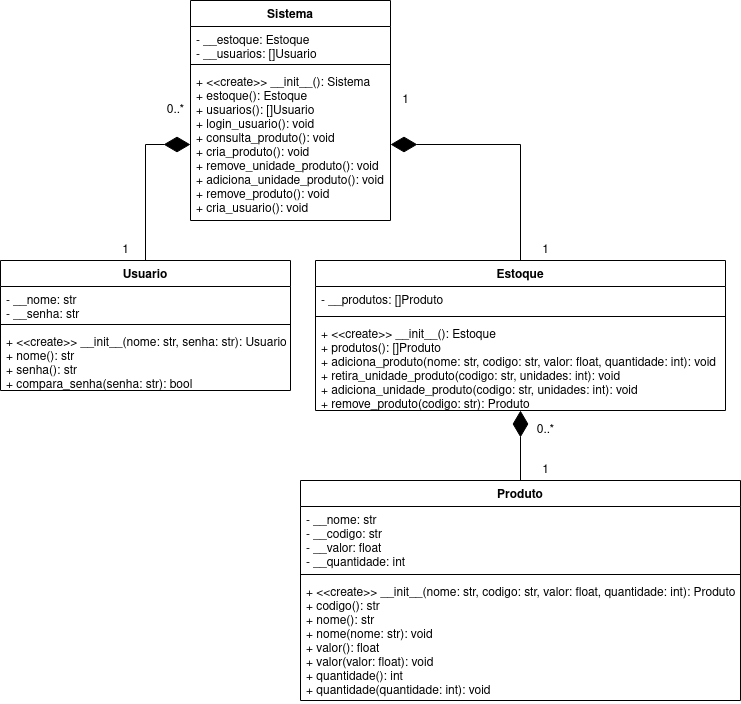
The draw.io diagram UML.png in GianOrtiz/ine5404-exemplo-mvc, before a commit. Source tidied: cells renumbered, new cells last; positions are measured from the earlier drawing's top-left corner, leaving out a move shared by most shapes.
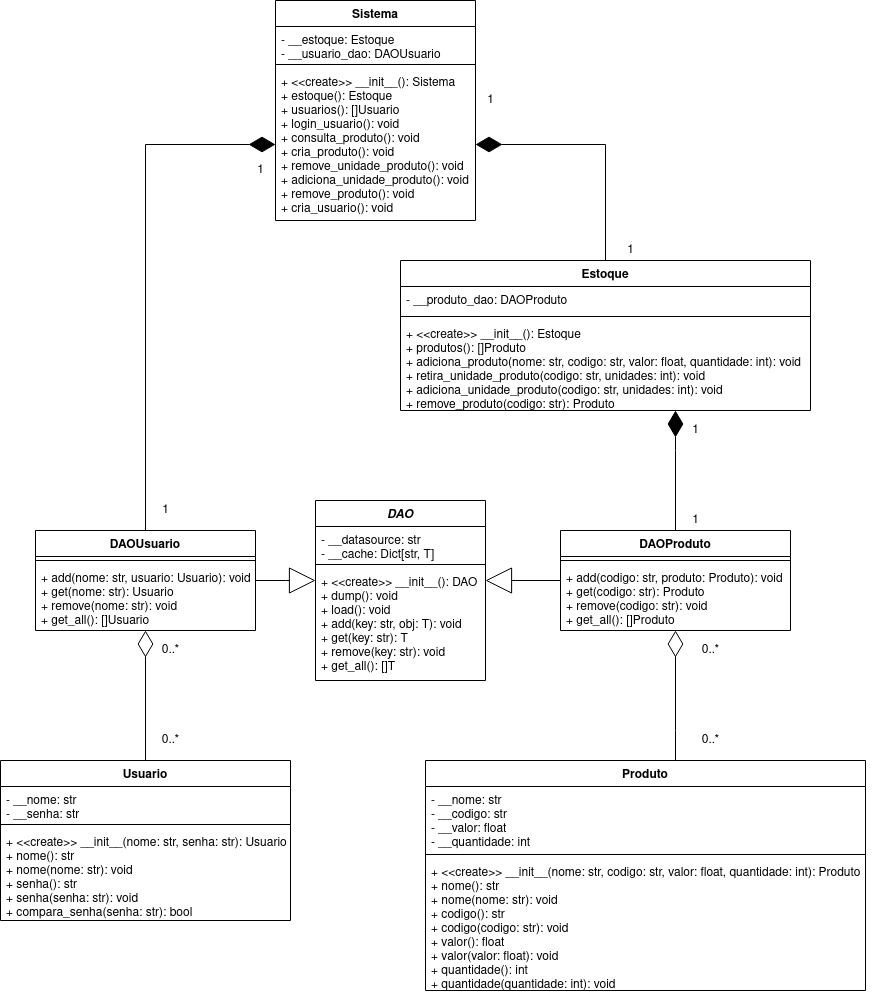
The same file after the commit.

Diff of the diagram source:
```diff
@@ -8,7 +8,7 @@
     <mxCell id="3" value="Estoque" style="swimlane;fontStyle=1;align=center;verticalAlign=top;horizontal=1;startSize=26;" parent="1" vertex="1">
       <mxGeometry x="315" y="260" width="410" height="150" as="geometry" />
     </mxCell>
-    <mxCell id="4" value="- __produtos: []Produto" style="text;strokeColor=none;fillColor=none;align=left;verticalAlign=top;spacingLeft=4;spacingRight=4;overflow=hidden;" parent="3" vertex="1">
+    <mxCell id="4" value="- __produto_dao: DAOProduto" style="text;strokeColor=none;fillColor=none;align=left;verticalAlign=top;spacingLeft=4;spacingRight=4;overflow=hidden;" parent="3" vertex="1">
       <mxGeometry y="26" width="410" height="26" as="geometry" />
     </mxCell>
     <mxCell id="5" style="line;strokeWidth=1;fillColor=none;align=left;verticalAlign=middle;spacingTop=-1;spacingLeft=3;spacingRight=3;labelPosition=right;" parent="3" vertex="1">
@@ -17,40 +17,10 @@
     <mxCell id="6" value="+ &lt;&lt;create&gt;&gt; __init__(): Estoque&#10;+ produtos(): []Produto&#10;+ adiciona_produto(nome: str, codigo: str, valor: float, quantidade: int): void&#10;+ retira_unidade_produto(codigo: str, unidades: int): void&#10;+ adiciona_unidade_produto(codigo: str, unidades: int): void&#10;+ remove_produto(codigo: str): Produto&#10;&#10;" style="text;strokeColor=none;fillColor=none;align=left;verticalAlign=top;spacingLeft=4;spacingRight=4;overflow=hidden;" parent="3" vertex="1">
       <mxGeometry y="60" width="410" height="90" as="geometry" />
     </mxCell>
-    <mxCell id="7" style="edgeStyle=orthogonalEdgeStyle;rounded=0;jettySize=auto;html=1;entryX=0.5;entryY=1;entryDx=0;entryDy=0;endArrow=diamondThin;endFill=1;endSize=24;" parent="1" edge="1" source="8" target="3">
-      <mxGeometry relative="1" as="geometry" />
-    </mxCell>
-    <mxCell id="8" value="Produto" style="swimlane;fontStyle=1;align=center;verticalAlign=top;horizontal=1;startSize=26;" parent="1" vertex="1">
-      <mxGeometry x="300" y="480" width="440" height="220" as="geometry" />
-    </mxCell>
-    <mxCell id="9" value="- __nome: str&#10;- __codigo: str&#10;- __valor: float&#10;- __quantidade: int&#10;" style="text;strokeColor=none;fillColor=none;align=left;verticalAlign=top;spacingLeft=4;spacingRight=4;overflow=hidden;" parent="8" vertex="1">
-      <mxGeometry y="26" width="440" height="64" as="geometry" />
-    </mxCell>
-    <mxCell id="10" style="line;strokeWidth=1;fillColor=none;align=left;verticalAlign=middle;spacingTop=-1;spacingLeft=3;spacingRight=3;labelPosition=right;" parent="8" vertex="1">
-      <mxGeometry y="90" width="440" height="8" as="geometry" />
-    </mxCell>
-    <mxCell id="11" value="+ &lt;&lt;create&gt;&gt; __init__(nome: str, codigo: str, valor: float, quantidade: int): Produto&#10;+ codigo(): str&#10;+ nome(): str&#10;+ nome(nome: str): void&#10;+ valor(): float&#10;+ valor(valor: float): void&#10;+ quantidade(): int&#10;+ quantidade(quantidade: int): void&#10;" style="text;strokeColor=none;fillColor=none;align=left;verticalAlign=top;spacingLeft=4;spacingRight=4;overflow=hidden;" parent="8" vertex="1">
-      <mxGeometry y="98" width="440" height="122" as="geometry" />
-    </mxCell>
-    <mxCell id="12" style="edgeStyle=orthogonalEdgeStyle;rounded=0;jettySize=auto;html=1;entryX=0;entryY=0.5;entryDx=0;entryDy=0;endArrow=diamondThin;endFill=1;endSize=24;" parent="1" edge="1" source="13" target="20">
-      <mxGeometry relative="1" as="geometry" />
-    </mxCell>
-    <mxCell id="13" value="Usuario" style="swimlane;fontStyle=1;align=center;verticalAlign=top;horizontal=1;startSize=26;" parent="1" vertex="1">
-      <mxGeometry y="260" width="290" height="130" as="geometry" />
-    </mxCell>
-    <mxCell id="14" value="- __nome: str&#10;- __senha: str&#10;" style="text;strokeColor=none;fillColor=none;align=left;verticalAlign=top;spacingLeft=4;spacingRight=4;overflow=hidden;" parent="13" vertex="1">
-      <mxGeometry y="26" width="290" height="34" as="geometry" />
-    </mxCell>
-    <mxCell id="15" style="line;strokeWidth=1;fillColor=none;align=left;verticalAlign=middle;spacingTop=-1;spacingLeft=3;spacingRight=3;labelPosition=right;" parent="13" vertex="1">
-      <mxGeometry y="60" width="290" height="8" as="geometry" />
-    </mxCell>
-    <mxCell id="16" value="+ &lt;&lt;create&gt;&gt; __init__(nome: str, senha: str): Usuario&#10;+ nome(): str&#10;+ senha(): str&#10;+ compara_senha(senha: str): bool&#10;" style="text;strokeColor=none;fillColor=none;align=left;verticalAlign=top;spacingLeft=4;spacingRight=4;overflow=hidden;" parent="13" vertex="1">
-      <mxGeometry y="68" width="290" height="62" as="geometry" />
-    </mxCell>
     <mxCell id="17" value="Sistema" style="swimlane;fontStyle=1;align=center;verticalAlign=top;horizontal=1;startSize=26;" parent="1" vertex="1">
       <mxGeometry x="190" width="200" height="220" as="geometry" />
     </mxCell>
-    <mxCell id="18" value="- __estoque: Estoque&#10;- __usuarios: []Usuario" style="text;strokeColor=none;fillColor=none;align=left;verticalAlign=top;spacingLeft=4;spacingRight=4;overflow=hidden;" parent="17" vertex="1">
+    <mxCell id="18" value="- __estoque: Estoque&#10;- __usuario_dao: DAOUsuario" style="text;strokeColor=none;fillColor=none;align=left;verticalAlign=top;spacingLeft=4;spacingRight=4;overflow=hidden;" parent="17" vertex="1">
       <mxGeometry y="26" width="200" height="34" as="geometry" />
     </mxCell>
     <mxCell id="19" style="line;strokeWidth=1;fillColor=none;align=left;verticalAlign=middle;spacingTop=-1;spacingLeft=3;spacingRight=3;labelPosition=right;" parent="17" vertex="1">
@@ -65,17 +35,125 @@
     <mxCell id="22" value="1" style="text;html=1;align=center;verticalAlign=middle;strokeColor=none;" parent="1" vertex="1">
       <mxGeometry x="535" y="240" width="20" height="20" as="geometry" />
     </mxCell>
-    <mxCell id="23" value="0..*" style="text;html=1;align=center;verticalAlign=middle;strokeColor=none;" parent="1" vertex="1">
-      <mxGeometry x="160" y="100" width="30" height="20" as="geometry" />
-    </mxCell>
-    <mxCell id="24" value="1" style="text;html=1;align=center;verticalAlign=middle;strokeColor=none;" parent="1" vertex="1">
-      <mxGeometry x="115" y="240" width="20" height="20" as="geometry" />
-    </mxCell>
-    <mxCell id="25" value="0..*" style="text;html=1;align=center;verticalAlign=middle;strokeColor=none;" parent="1" vertex="1">
-      <mxGeometry x="530" y="420" width="30" height="20" as="geometry" />
-    </mxCell>
-    <mxCell id="26" value="1" style="text;html=1;align=center;verticalAlign=middle;strokeColor=none;" parent="1" vertex="1">
-      <mxGeometry x="535" y="460" width="20" height="20" as="geometry" />
-    </mxCell>
+    <mxCell id="27" value="DAO" style="swimlane;fontStyle=3;align=center;verticalAlign=top;horizontal=1;startSize=26;" parent="1" vertex="1">
+      <mxGeometry x="230" y="500" width="170" height="180" as="geometry" />
+    </mxCell>
+    <mxCell id="28" value="- __datasource: str&#10;- __cache: Dict[str, T]" style="text;strokeColor=none;fillColor=none;align=left;verticalAlign=top;spacingLeft=4;spacingRight=4;overflow=hidden;" parent="27" vertex="1">
+      <mxGeometry y="26" width="170" height="34" as="geometry" />
+    </mxCell>
+    <mxCell id="29" style="line;strokeWidth=1;fillColor=none;align=left;verticalAlign=middle;spacingTop=-1;spacingLeft=3;spacingRight=3;labelPosition=right;" parent="27" vertex="1">
+      <mxGeometry y="60" width="170" height="8" as="geometry" />
+    </mxCell>
+    <mxCell id="30" value="+ &lt;&lt;create&gt;&gt; __init__(): DAO&#10;+ dump(): void&#10;+ load(): void&#10;+ add(key: str, obj: T): void&#10;+ get(key: str): T&#10;+ remove(key: str): void&#10;+ get_all(): []T" style="text;strokeColor=none;fillColor=none;align=left;verticalAlign=top;spacingLeft=4;spacingRight=4;overflow=hidden;points=[[0,0.5],[1,0.5]];portConstraint=eastwest;" parent="27" vertex="1">
+      <mxGeometry y="68" width="170" height="112" as="geometry" />
+    </mxCell>
+    <mxCell id="31" style="edgeStyle=orthogonalEdgeStyle;rounded=0;jettySize=auto;html=1;endArrow=diamondThin;endFill=1;endSize=24;" parent="1" edge="1" source="33" target="20">
+      <mxGeometry relative="1" as="geometry" />
+    </mxCell>
+    <mxCell id="32" style="edgeStyle=orthogonalEdgeStyle;rounded=0;jettySize=auto;html=1;endArrow=block;endFill=0;endSize=24;" parent="1" edge="1" source="33" target="27">
+      <mxGeometry relative="1" as="geometry">
+        <Array as="points">
+          <mxPoint x="200" y="580" />
+          <mxPoint x="200" y="580" />
+        </Array>
+      </mxGeometry>
+    </mxCell>
+    <mxCell id="33" value="DAOUsuario" style="swimlane;fontStyle=1;align=center;verticalAlign=top;horizontal=1;startSize=26;" parent="1" vertex="1">
+      <mxGeometry x="-50" y="530" width="220" height="100" as="geometry" />
+    </mxCell>
+    <mxCell id="34" style="line;strokeWidth=1;fillColor=none;align=left;verticalAlign=middle;spacingTop=-1;spacingLeft=3;spacingRight=3;labelPosition=right;" parent="33" vertex="1">
+      <mxGeometry y="26" width="220" height="8" as="geometry" />
+    </mxCell>
+    <mxCell id="35" value="+ add(nome: str, usuario: Usuario): void&#10;+ get(nome: str): Usuario&#10;+ remove(nome: str): void&#10;+ get_all(): []Usuario&#10;" style="text;strokeColor=none;fillColor=none;align=left;verticalAlign=top;spacingLeft=4;spacingRight=4;overflow=hidden;" parent="33" vertex="1">
+      <mxGeometry y="34" width="220" height="66" as="geometry" />
+    </mxCell>
+    <mxCell id="36" style="edgeStyle=orthogonalEdgeStyle;rounded=0;jettySize=auto;html=1;endArrow=diamondThin;endFill=1;endSize=24;" parent="1" edge="1" source="38">
+      <mxGeometry relative="1" as="geometry">
+        <mxPoint x="590" y="410" as="targetPoint" />
+        <Array as="points">
+          <mxPoint x="590" y="450" />
+          <mxPoint x="590" y="450" />
+        </Array>
+      </mxGeometry>
+    </mxCell>
+    <mxCell id="37" style="edgeStyle=orthogonalEdgeStyle;rounded=0;jettySize=auto;html=1;endArrow=block;endFill=0;endSize=24;" parent="1" edge="1" source="38" target="30">
+      <mxGeometry relative="1" as="geometry">
+        <Array as="points">
+          <mxPoint x="430" y="580" />
+          <mxPoint x="430" y="580" />
+        </Array>
+      </mxGeometry>
+    </mxCell>
+    <mxCell id="38" value="DAOProduto" style="swimlane;fontStyle=1;align=center;verticalAlign=top;horizontal=1;startSize=26;" parent="1" vertex="1">
+      <mxGeometry x="475" y="530" width="230" height="100" as="geometry" />
+    </mxCell>
+    <mxCell id="39" style="line;strokeWidth=1;fillColor=none;align=left;verticalAlign=middle;spacingTop=-1;spacingLeft=3;spacingRight=3;labelPosition=right;" parent="38" vertex="1">
+      <mxGeometry y="26" width="230" height="8" as="geometry" />
+    </mxCell>
+    <mxCell id="40" value="+ add(codigo: str, produto: Produto): void&#10;+ get(codigo: str): Produto&#10;+ remove(codigo: str): void&#10;+ get_all(): []Produto&#10;" style="text;strokeColor=none;fillColor=none;align=left;verticalAlign=top;spacingLeft=4;spacingRight=4;overflow=hidden;" parent="38" vertex="1">
+      <mxGeometry y="34" width="230" height="66" as="geometry" />
+    </mxCell>
+    <mxCell id="41" style="edgeStyle=orthogonalEdgeStyle;rounded=0;jettySize=auto;html=1;endArrow=diamondThin;endFill=0;endSize=24;" parent="1" edge="1" source="13" target="33">
+      <mxGeometry relative="1" as="geometry" />
+    </mxCell>
+    <mxCell id="13" value="Usuario" style="swimlane;fontStyle=1;align=center;verticalAlign=top;horizontal=1;startSize=26;" parent="1" vertex="1">
+      <mxGeometry x="-85" y="760" width="290" height="160" as="geometry" />
+    </mxCell>
+    <mxCell id="14" value="- __nome: str&#10;- __senha: str" style="text;strokeColor=none;fillColor=none;align=left;verticalAlign=top;spacingLeft=4;spacingRight=4;overflow=hidden;" parent="13" vertex="1">
+      <mxGeometry y="26" width="290" height="34" as="geometry" />
+    </mxCell>
+    <mxCell id="15" style="line;strokeWidth=1;fillColor=none;align=left;verticalAlign=middle;spacingTop=-1;spacingLeft=3;spacingRight=3;labelPosition=right;" parent="13" vertex="1">
+      <mxGeometry y="60" width="290" height="8" as="geometry" />
+    </mxCell>
+    <mxCell id="42" value="+ &lt;&lt;create&gt;&gt; __init__(nome: str, senha: str): Usuario&#10;+ nome(): str&#10;+ nome(nome: str): void&#10;+ senha(): str&#10;+ senha(senha: str): void&#10;+ compara_senha(senha: str): bool&#10;" style="text;strokeColor=none;fillColor=none;align=left;verticalAlign=top;spacingLeft=4;spacingRight=4;overflow=hidden;" parent="13" vertex="1">
+      <mxGeometry y="68" width="290" height="92" as="geometry" />
+    </mxCell>
+    <mxCell id="43" style="edgeStyle=orthogonalEdgeStyle;rounded=0;jettySize=auto;html=1;endArrow=diamondThin;endFill=0;endSize=24;" parent="1" edge="1" source="8" target="38">
+      <mxGeometry relative="1" as="geometry">
+        <Array as="points">
+          <mxPoint x="590" y="730" />
+          <mxPoint x="590" y="730" />
+        </Array>
+      </mxGeometry>
+    </mxCell>
+    <mxCell id="8" value="Produto" style="swimlane;fontStyle=1;align=center;verticalAlign=top;horizontal=1;startSize=26;" parent="1" vertex="1">
+      <mxGeometry x="340" y="760" width="440" height="230" as="geometry" />
+    </mxCell>
+    <mxCell id="9" value="- __nome: str&#10;- __codigo: str&#10;- __valor: float&#10;- __quantidade: int" style="text;strokeColor=none;fillColor=none;align=left;verticalAlign=top;spacingLeft=4;spacingRight=4;overflow=hidden;" parent="8" vertex="1">
+      <mxGeometry y="26" width="440" height="64" as="geometry" />
+    </mxCell>
+    <mxCell id="10" style="line;strokeWidth=1;fillColor=none;align=left;verticalAlign=middle;spacingTop=-1;spacingLeft=3;spacingRight=3;labelPosition=right;" parent="8" vertex="1">
+      <mxGeometry y="90" width="440" height="8" as="geometry" />
+    </mxCell>
+    <mxCell id="44" value="+ &lt;&lt;create&gt;&gt; __init__(nome: str, codigo: str, valor: float, quantidade: int): Produto&#10;+ nome(): str&#10;+ nome(nome: str): void&#10;+ codigo(): str&#10;+ codigo(codigo: str): void&#10;+ valor(): float&#10;+ valor(valor: float): void&#10;+ quantidade(): int&#10;+ quantidade(quantidade: int): void" style="text;strokeColor=none;fillColor=none;align=left;verticalAlign=top;spacingLeft=4;spacingRight=4;overflow=hidden;points=[[0,0.5],[1,0.5]];portConstraint=eastwest;" parent="8" vertex="1">
+      <mxGeometry y="98" width="440" height="132" as="geometry" />
+    </mxCell>
+    <mxCell id="45" style="edgeStyle=orthogonalEdgeStyle;rounded=0;orthogonalLoop=1;jettySize=auto;html=1;exitX=1;exitY=0.5;exitDx=0;exitDy=0;" parent="8" edge="1" source="44" target="44">
+      <mxGeometry relative="1" as="geometry" />
+    </mxCell>
+    <mxCell id="46" value="1" style="text;html=1;align=center;verticalAlign=middle;strokeColor=none;" parent="1" vertex="1">
+      <mxGeometry x="600" y="420" width="20" height="20" as="geometry" />
+    </mxCell>
+    <mxCell id="47" value="1" style="text;html=1;align=center;verticalAlign=middle;strokeColor=none;" parent="1" vertex="1">
+      <mxGeometry x="600" y="510" width="20" height="20" as="geometry" />
+    </mxCell>
+    <mxCell id="48" value="0..*" style="text;html=1;align=center;verticalAlign=middle;strokeColor=none;" parent="1" vertex="1">
+      <mxGeometry x="610" y="640" width="30" height="20" as="geometry" />
+    </mxCell>
+    <mxCell id="49" value="0..*" style="text;html=1;align=center;verticalAlign=middle;strokeColor=none;" parent="1" vertex="1">
+      <mxGeometry x="610" y="730" width="30" height="20" as="geometry" />
+    </mxCell>
+    <mxCell id="50" value="0..*" style="text;html=1;align=center;verticalAlign=middle;strokeColor=none;" parent="1" vertex="1">
+      <mxGeometry x="70" y="640" width="30" height="20" as="geometry" />
+    </mxCell>
+    <mxCell id="51" value="0..*" style="text;html=1;align=center;verticalAlign=middle;strokeColor=none;" parent="1" vertex="1">
+      <mxGeometry x="70" y="730" width="30" height="20" as="geometry" />
+    </mxCell>
+    <mxCell id="52" value="1" style="text;html=1;align=center;verticalAlign=middle;strokeColor=none;" parent="1" vertex="1">
+      <mxGeometry x="165" y="160" width="20" height="20" as="geometry" />
+    </mxCell>
+    <mxCell id="53" value="1" style="text;html=1;align=center;verticalAlign=middle;strokeColor=none;" parent="1" vertex="1">
+      <mxGeometry x="70" y="500" width="20" height="20" as="geometry" />
+    </mxCell>
   </root>
 </mxGraphModel>
```
